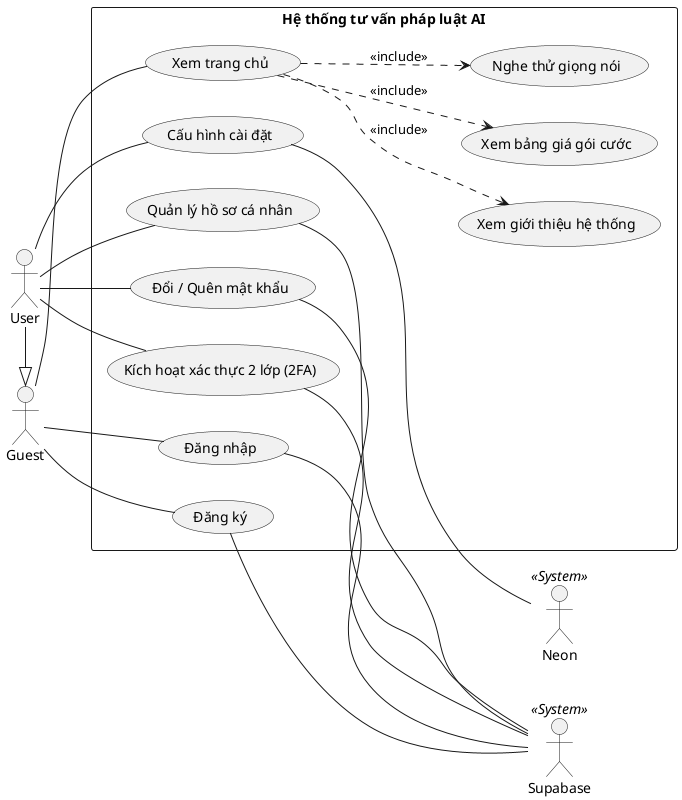
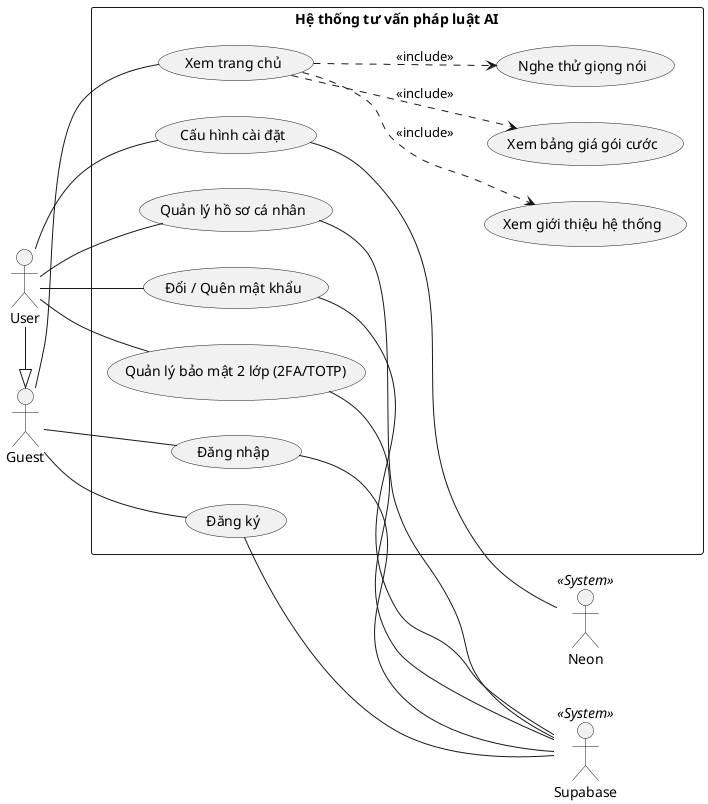



@startuml
left to right direction
skinparam packageStyle rectangle
skinparam shadowing false

actor "User" as User
actor "Guest" as Guest

actor "Supabase"   as Supabase   << System >>
actor "Neon"       as Neon       << System >>


User  -|> Guest



rectangle "Hệ thống tư vấn pháp luật AI" {
  usecase "Xem trang chủ" as UC_Home
  usecase "Xem giới thiệu hệ thống" as UC_Intro
  usecase "Xem bảng giá gói cước" as UC_Pricing
  usecase "Nghe thử giọng nói" as UC_SampleVoice
  usecase "Đăng ký" as UC_Register
  usecase "Đăng nhập" as UC_Login

-   usecase "Kích hoạt xác thực 2 lớp (2FA)" as UC_MFA
+   usecase "Quản lý bảo mật 2 lớp (2FA/TOTP)" as UC_MFA
  usecase "Quản lý hồ sơ cá nhân" as UC_Profile
  usecase "Đổi / Quên mật khẩu" as UC_Password
  usecase "Cấu hình cài đặt" as UC_Settings

  UC_Home ..> UC_Intro : <<include>>
  UC_Home ..> UC_Pricing : <<include>>
  UC_Home ..> UC_SampleVoice : <<include>>
}

Guest -- UC_Home
Guest -- UC_Register
Guest -- UC_Login

User -- UC_MFA
User -- UC_Profile
User -- UC_Password
User -- UC_Settings

UC_Register -- Supabase
UC_Login -- Supabase
UC_MFA -- Supabase
UC_Profile -- Supabase
UC_Password -- Supabase
UC_Settings -- Neon
@enduml
